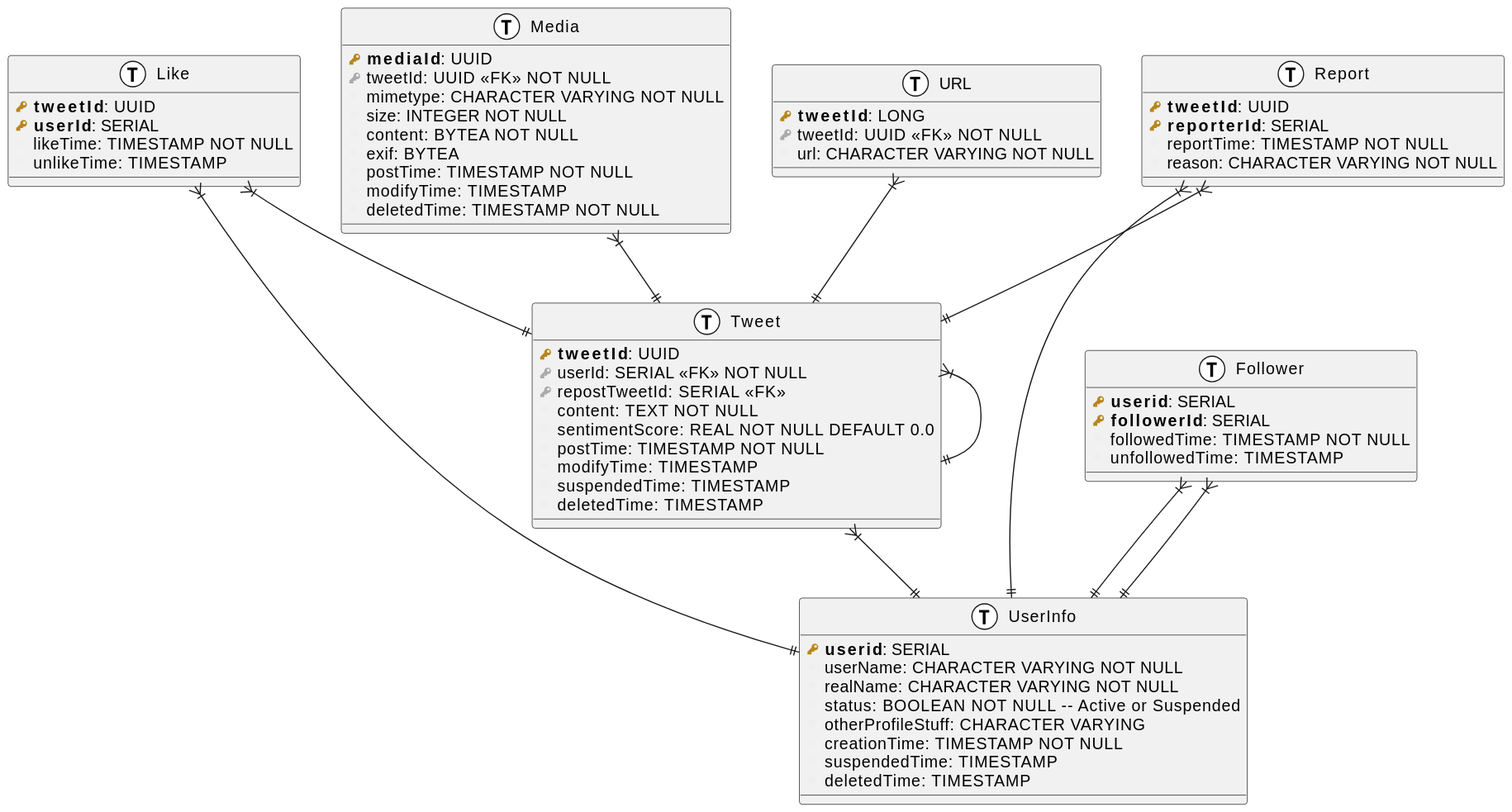
Before: plantuml/twitter.svg, a diagram exported from PlantUML (donsez/bd). The source it was exported from:
```plantuml
@startuml
!define primary_key(x) <b><color:#b8861b><&key></color> x</b>
!define foreign_key(x) <color:#aaaaaa><&key></color> x
!define column(x) <color:#efefef><&media-record></color> x
!define table(x) entity x << (T, white) >>

table( UserInfo ) {
  primary_key( userid ): SERIAL
  column( userName ): CHARACTER VARYING NOT NULL
  column( realName ): CHARACTER VARYING NOT NULL
  column( status ): BOOLEAN NOT NULL -- Active or Suspended
  column( otherProfileStuff ): CHARACTER VARYING
  column( creationTime ): TIMESTAMP NOT NULL
  column( suspendedTime ): TIMESTAMP
  column( deletedTime ): TIMESTAMP
}

table( Tweet ) {
  primary_key( tweetId ): UUID
  foreign_key( userId ): SERIAL <<FK>> NOT NULL
  foreign_key( repostTweetId ): SERIAL <<FK>>
  column( content ): TEXT NOT NULL
  column( sentimentScore ): REAL NOT NULL DEFAULT 0.0
  column( postTime ): TIMESTAMP NOT NULL
  column( modifyTime ): TIMESTAMP
  column( suspendedTime ): TIMESTAMP
  column( deletedTime ): TIMESTAMP
}

table( Media ) {
  primary_key( mediaId ): UUID
  foreign_key( tweetId ): UUID <<FK>> NOT NULL
  column( mimetype ): CHARACTER VARYING NOT NULL
  column( size ): INTEGER NOT NULL
  column( content ): BYTEA NOT NULL
  column( exif ): BYTEA
  column( postTime ): TIMESTAMP NOT NULL
  column( modifyTime ): TIMESTAMP
  column( deletedTime ): TIMESTAMP NOT NULL
}

table( Follower ) {
  primary_key( userid ): SERIAL
  primary_key( followerId ): SERIAL
  column( followedTime ): TIMESTAMP NOT NULL
  column( unfollowedTime ): TIMESTAMP
}

table( Like ) {
  primary_key( tweetId ): UUID
  primary_key( userId ): SERIAL
  column( likeTime ): TIMESTAMP NOT NULL
  column( unlikeTime ): TIMESTAMP
}

table( Report ) {
  primary_key( tweetId ): UUID
  primary_key( reporterId ): SERIAL
  column( reportTime ): TIMESTAMP NOT NULL
  column( reason ): CHARACTER VARYING NOT NULL
}

table( URL ) {
  primary_key( tweetId ): LONG
  foreign_key( tweetId ): UUID <<FK>> NOT NULL
  column( url ): CHARACTER VARYING NOT NULL
}

Tweet }|--|| UserInfo
Tweet }|--|| Tweet
Media }|--|| Tweet
Follower }|--|| UserInfo
Follower }|--|| UserInfo
Like }|--|| Tweet
Like }|--|| UserInfo
Report }|--|| Tweet
Report }|--|| UserInfo
URL }|--|| Tweet
@enduml
```
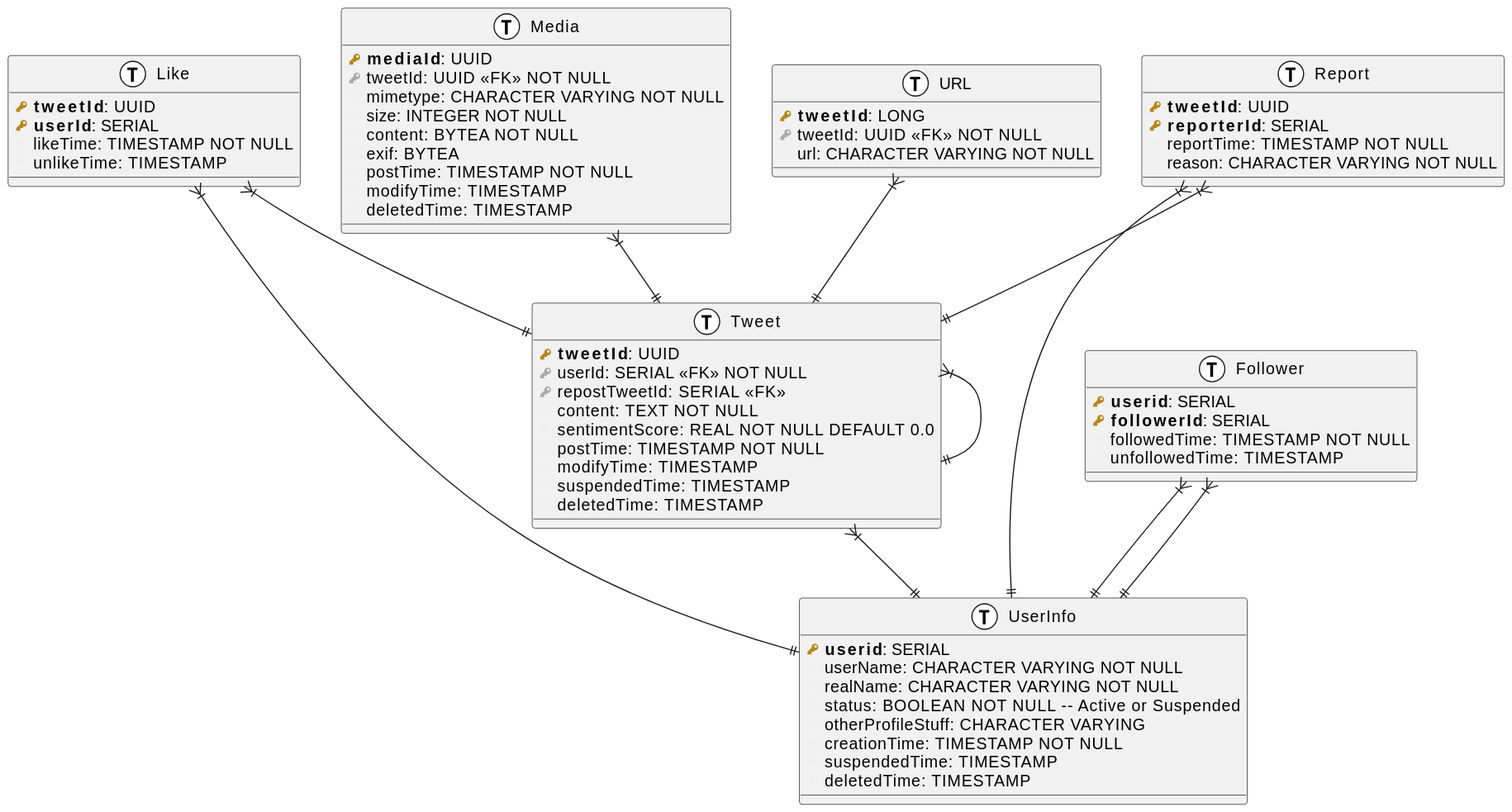
Later version of the same file.

Change to the diagram source:
```diff
@@ -1,4 +1,5 @@
 @startuml
+
 !define primary_key(x) <b><color:#b8861b><&key></color> x</b>
 !define foreign_key(x) <color:#aaaaaa><&key></color> x
 !define column(x) <color:#efefef><&media-record></color> x
@@ -36,7 +37,7 @@
   column( exif ): BYTEA
   column( postTime ): TIMESTAMP NOT NULL
   column( modifyTime ): TIMESTAMP
-  column( deletedTime ): TIMESTAMP NOT NULL
+  column( deletedTime ): TIMESTAMP
 }
 
 table( Follower ) {
```
